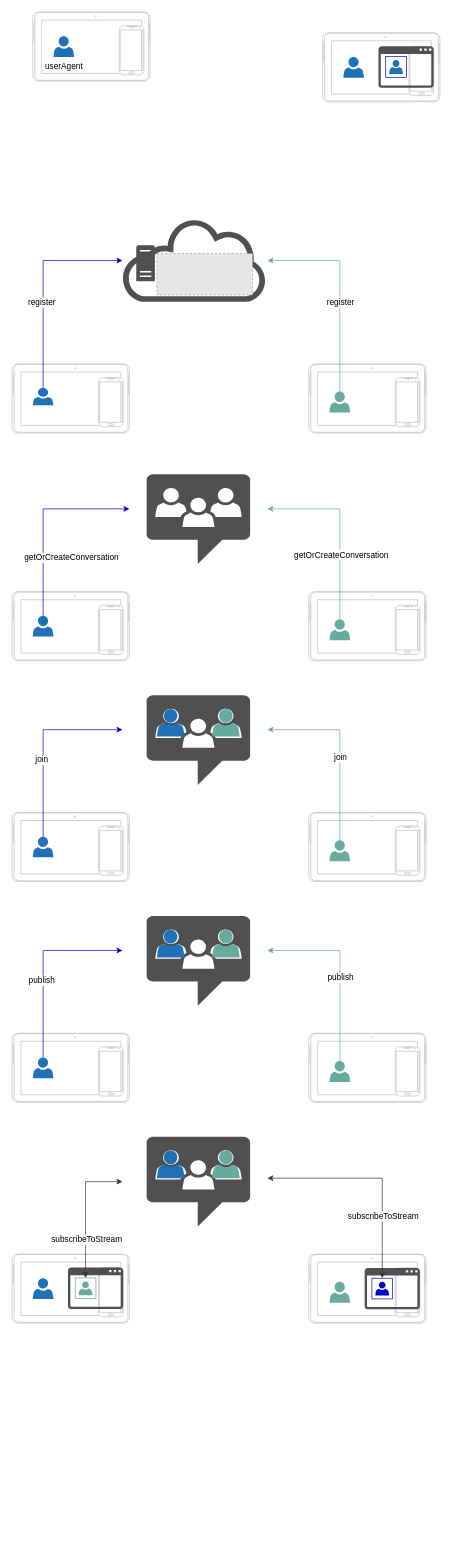
This is src_doc/apirtc_doc.drawio from kmoyse-apizee/apizee, a draw.io file, before an edit. Source tidied: cells renumbered, new cells numbered last; positions are measured from the earlier drawing's top-left corner, leaving out a move shared by most shapes. Both pictures are drawn from the tidied source at 69%, with x=0, y=0 at pixel (12, 12). Pictures stored in the file or linked from it are replaced by grey dashed boxes.
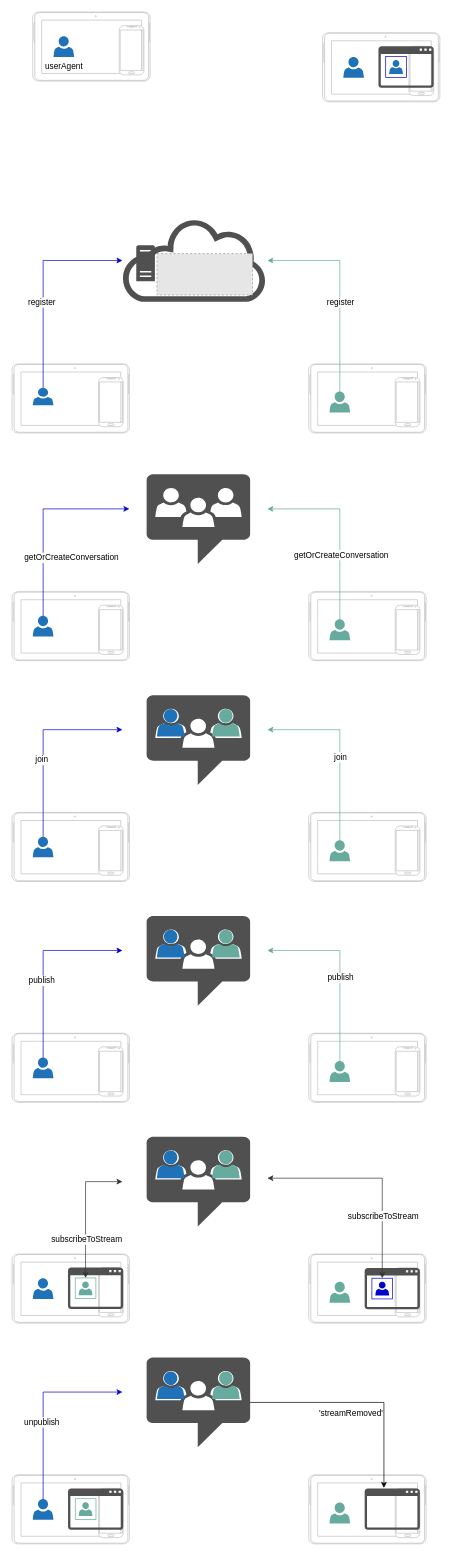
After the change.

What changed in the source:
```diff
@@
+    <mxCell id="95" style="group;" parent="1" vertex="1">
+      <mxGeometry y="2120" width="170" height="100" as="geometry" />
+    </mxCell>
+    <mxCell id="96" style="verticalLabelPosition=bottom;verticalAlign=top;html=1;shadow=0;dashed=0;strokeWidth=1;shape=mxgraph.android.tab2;strokeColor=#c0c0c0;direction=north;" parent="95" vertex="1">
+      <mxGeometry width="170" height="100" as="geometry" />
+    </mxCell>
+    <mxCell id="97" style="verticalLabelPosition=bottom;verticalAlign=top;html=1;shadow=0;dashed=0;strokeWidth=1;shape=mxgraph.android.phone2;strokeColor=#c0c0c0;" parent="95" vertex="1">
+      <mxGeometry x="125.3" y="19.6" width="35.8" height="71.4" as="geometry" />
+    </mxCell>
+    <mxCell id="98" style="shadow=0;dashed=0;html=1;strokeColor=none;labelPosition=center;verticalLabelPosition=bottom;verticalAlign=top;outlineConnect=0;align=center;shape=mxgraph.office.users.user;fillColor=#2072B8;" parent="95" vertex="1">
+      <mxGeometry x="30" y="35" width="30" height="30" as="geometry" />
+    </mxCell>
+    <mxCell id="99" style="group;" parent="95" vertex="1">
+      <mxGeometry x="81.1" y="19.6" width="80" height="60" as="geometry" />
+    </mxCell>
+    <mxCell id="100" style="shadow=0;dashed=0;html=1;strokeColor=none;fillColor=#505050;labelPosition=center;verticalLabelPosition=bottom;verticalAlign=top;align=center;shape=mxgraph.office.concepts.application_generic;labelBackgroundColor=none;fontColor=#FFFFFF;" parent="99" vertex="1">
+      <mxGeometry width="80" height="60" as="geometry" />
+    </mxCell>
+    <mxCell id="101" style="shadow=0;dashed=0;html=1;strokeColor=none;labelPosition=center;verticalLabelPosition=bottom;verticalAlign=top;align=center;shape=mxgraph.office.users.user;fillColor=#67AB9F;" parent="99" vertex="1">
+      <mxGeometry x="15.5" y="20" width="20" height="20" as="geometry" />
+    </mxCell>
+    <mxCell id="102" style="whiteSpace=wrap;html=1;labelBackgroundColor=none;fontColor=#FFFFFF;strokeColor=#67AB9F;fillColor=none;" parent="99" vertex="1">
+      <mxGeometry x="10.5" y="15" width="30" height="30" as="geometry" />
+    </mxCell>
+    <mxCell id="103" style="edgeStyle=orthogonalEdgeStyle;rounded=0;jettySize=auto;html=1;strokeColor=#0000CC;" parent="1" edge="1" source="98">
+      <mxGeometry relative="1" as="geometry">
+        <mxPoint x="160" y="2000" as="targetPoint" />
+        <Array as="points">
+          <mxPoint x="45" y="2000" />
+        </Array>
+      </mxGeometry>
+    </mxCell>
+    <mxCell id="104" value="&lt;span style=&quot;font-size: 12px&quot;&gt;unpublish&lt;/span&gt;" style="edgeLabel;html=1;align=center;verticalAlign=middle;" parent="103" vertex="1">
+      <mxGeometry x="-0.17" y="3" relative="1" as="geometry" />
+    </mxCell>
+    <mxCell id="105" style="shadow=0;dashed=0;html=1;strokeColor=none;fillColor=#505050;labelPosition=center;verticalLabelPosition=bottom;verticalAlign=top;outlineConnect=0;align=center;shape=mxgraph.office.communications.chat_room;" parent="1" vertex="1">
+      <mxGeometry x="195" y="1950" width="150" height="130" as="geometry" />
+    </mxCell>
+    <mxCell id="106" style="shadow=0;dashed=0;html=1;strokeColor=none;labelPosition=center;verticalLabelPosition=bottom;verticalAlign=top;align=center;shape=mxgraph.office.users.user;fillColor=#2072B8;" parent="1" vertex="1">
+      <mxGeometry x="210" y="1970" width="40" height="40" as="geometry" />
+    </mxCell>
+    <mxCell id="107" style="shadow=0;dashed=0;html=1;strokeColor=none;labelPosition=center;verticalLabelPosition=bottom;verticalAlign=top;align=center;shape=mxgraph.office.users.user;fillColor=#67AB9F;" parent="1" vertex="1">
+      <mxGeometry x="290" y="1970" width="40" height="40" as="geometry" />
+    </mxCell>
+    <mxCell id="108" style="group;" parent="1" vertex="1">
+      <mxGeometry x="430" y="2120" width="170" height="100" as="geometry" />
+    </mxCell>
+    <mxCell id="109" style="verticalLabelPosition=bottom;verticalAlign=top;html=1;shadow=0;dashed=0;strokeWidth=1;shape=mxgraph.android.tab2;strokeColor=#c0c0c0;direction=north;" parent="108" vertex="1">
+      <mxGeometry width="170" height="100" as="geometry" />
+    </mxCell>
+    <mxCell id="110" style="verticalLabelPosition=bottom;verticalAlign=top;html=1;shadow=0;dashed=0;strokeWidth=1;shape=mxgraph.android.phone2;strokeColor=#c0c0c0;" parent="108" vertex="1">
+      <mxGeometry x="125.3" y="19.6" width="35.8" height="71.4" as="geometry" />
+    </mxCell>
+    <mxCell id="111" style="shadow=0;dashed=0;html=1;strokeColor=none;labelPosition=center;verticalLabelPosition=bottom;verticalAlign=top;align=center;shape=mxgraph.office.users.user;fillColor=#67AB9F;" parent="108" vertex="1">
+      <mxGeometry x="30" y="40.2" width="30" height="30.4" as="geometry" />
+    </mxCell>
+    <mxCell id="112" style="shadow=0;dashed=0;html=1;strokeColor=none;fillColor=#505050;labelPosition=center;verticalLabelPosition=bottom;verticalAlign=top;outlineConnect=0;align=center;shape=mxgraph.office.concepts.application_generic;labelBackgroundColor=none;fontColor=#FFFFFF;" parent="108" vertex="1">
+      <mxGeometry x="81" y="19.6" width="80" height="60" as="geometry" />
+    </mxCell>
+    <mxCell id="113" style="edgeStyle=orthogonalEdgeStyle;rounded=0;jettySize=auto;html=1;entryX=0.349;entryY=-0.011;entryDx=0;entryDy=0;entryPerimeter=0;" parent="1" edge="1" source="105" target="112">
+      <mxGeometry relative="1" as="geometry" />
+    </mxCell>
+    <mxCell id="114" value="&lt;font style=&quot;font-size: 12px&quot;&gt;'streamRemoved'&lt;/font&gt;" style="edgeLabel;html=1;align=center;verticalAlign=middle;" parent="113" vertex="1">
+      <mxGeometry x="0.02" y="-1" relative="1" as="geometry">
+        <mxPoint x="-17" y="14" as="offset" />
+      </mxGeometry>
+    </mxCell>
```
